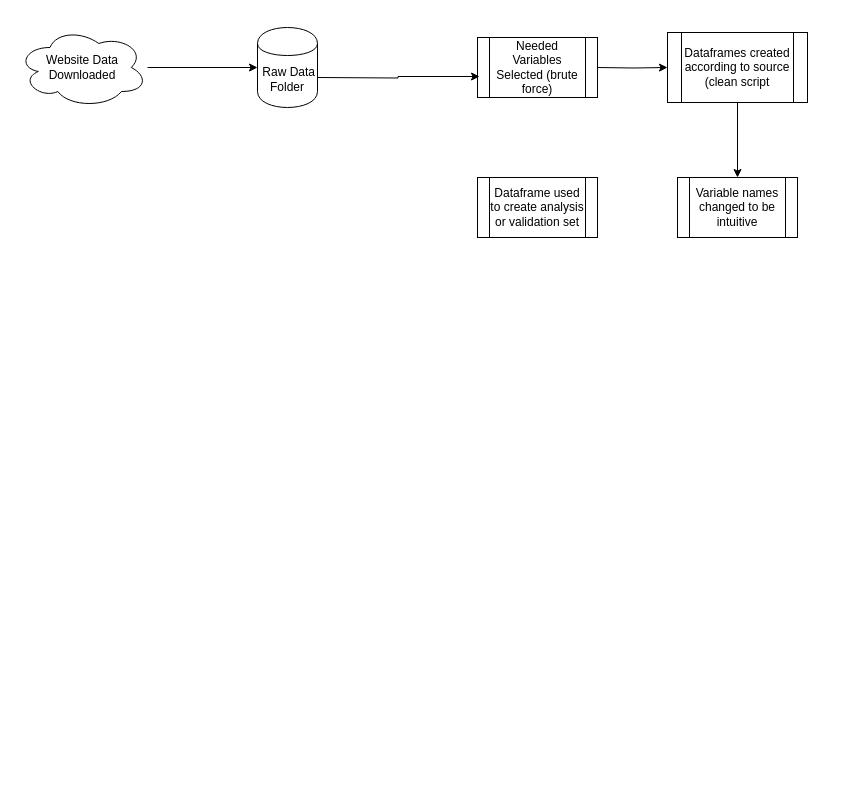
The draw.io diagram DataMgmt2019_Final_Proj_Workflow_Agbim.drawio in cnagbim/Data-Management-Final-Project-Agbim, before the edit. Source tidied: cells renumbered, new cells numbered last; positions are measured from the earlier drawing's top-left corner, leaving out a move shared by most shapes. Both pictures are drawn from the tidied source at 100%, with x=0, y=0 at pixel (17, 27).
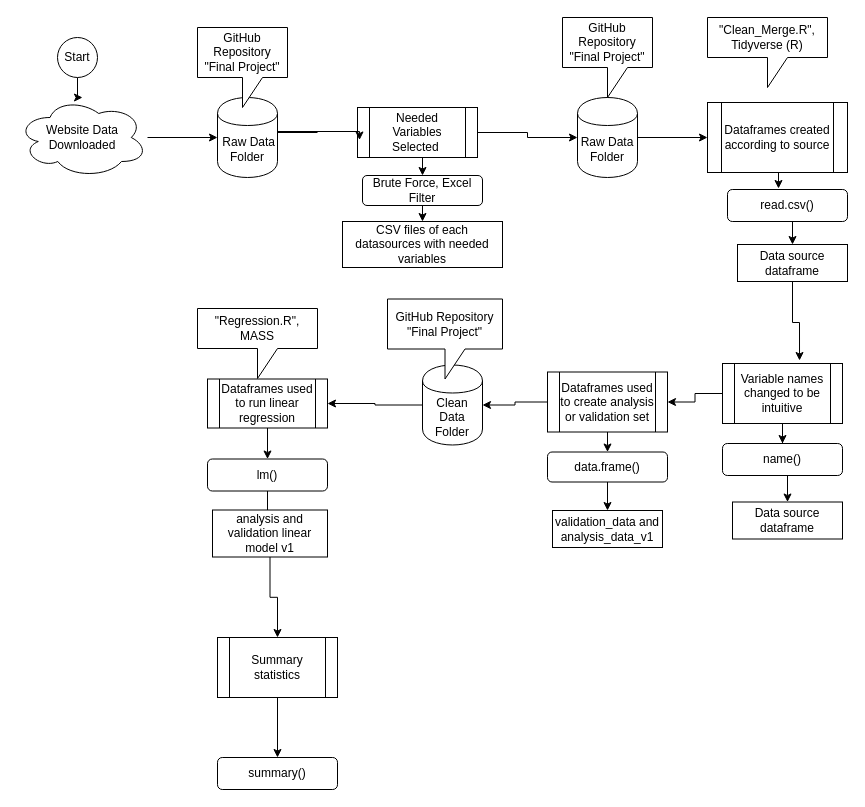
The same page after the edit.

The edit, as a diff of the source:
```diff
@@
     <mxCell id="3" value="Website Data&lt;br&gt;Downloaded&lt;br&gt;" style="ellipse;shape=cloud;whiteSpace=wrap;html=1;" parent="1" vertex="1">
-      <mxGeometry width="130" height="80" as="geometry" />
+      <mxGeometry y="70" width="130" height="80" as="geometry" />
     </mxCell>
     <mxCell id="4" value="&amp;nbsp;Raw Data Folder" style="shape=cylinder;whiteSpace=wrap;html=1;boundedLbl=1;backgroundOutline=1;" parent="1" vertex="1">
-      <mxGeometry x="240" width="60" height="80" as="geometry" />
+      <mxGeometry x="200" y="70" width="60" height="80" as="geometry" />
     </mxCell>
+    <mxCell id="12" style="edgeStyle=orthogonalEdgeStyle;rounded=0;jettySize=auto;html=1;exitX=1;exitY=0.5;exitDx=0;exitDy=0;entryX=0;entryY=0.5;entryDx=0;entryDy=0;" parent="1" edge="1" source="5" target="26">
+      <mxGeometry relative="1" as="geometry" />
+    </mxCell>
+    <mxCell id="13" style="edgeStyle=orthogonalEdgeStyle;rounded=0;jettySize=auto;html=1;exitX=0.5;exitY=1;exitDx=0;exitDy=0;entryX=0.5;entryY=0;entryDx=0;entryDy=0;" parent="1" edge="1" source="5" target="30">
+      <mxGeometry relative="1" as="geometry" />
+    </mxCell>
-    <mxCell id="5" value="Needed Variables Selected (brute force)" style="shape=process;whiteSpace=wrap;html=1;backgroundOutline=1;" parent="1" vertex="1">
-      <mxGeometry x="460" y="10" width="120" height="60" as="geometry" />
+    <mxCell id="5" value="Needed Variables Selected&amp;nbsp;" style="shape=process;whiteSpace=wrap;html=1;backgroundOutline=1;" parent="1" vertex="1">
+      <mxGeometry x="340" y="80" width="120" height="50" as="geometry" />
     </mxCell>
-    <mxCell id="6" style="edgeStyle=orthogonalEdgeStyle;rounded=0;jettySize=auto;html=1;" parent="1" edge="1" source="7" target="9">
-      <mxGeometry relative="1" as="geometry" />
-    </mxCell>
+    <mxCell id="14" style="edgeStyle=orthogonalEdgeStyle;rounded=0;jettySize=auto;html=1;exitX=0.5;exitY=1;exitDx=0;exitDy=0;entryX=0.425;entryY=-0.031;entryDx=0;entryDy=0;entryPerimeter=0;" parent="1" edge="1" source="7" target="24">
+      <mxGeometry relative="1" as="geometry" />
+    </mxCell>
-    <mxCell id="7" value="Dataframes created according to source (clean script" style="shape=process;whiteSpace=wrap;html=1;backgroundOutline=1;" parent="1" vertex="1">
-      <mxGeometry x="650" y="5" width="140" height="70" as="geometry" />
+    <mxCell id="7" value="Dataframes created according to source" style="shape=process;whiteSpace=wrap;html=1;backgroundOutline=1;" parent="1" vertex="1">
+      <mxGeometry x="690" y="75" width="140" height="70" as="geometry" />
     </mxCell>
+    <mxCell id="15" style="edgeStyle=orthogonalEdgeStyle;rounded=0;jettySize=auto;html=1;exitX=0.5;exitY=1;exitDx=0;exitDy=0;entryX=0.5;entryY=0;entryDx=0;entryDy=0;" parent="1" edge="1" source="8" target="37">
+      <mxGeometry relative="1" as="geometry" />
+    </mxCell>
+    <mxCell id="16" style="edgeStyle=orthogonalEdgeStyle;rounded=0;jettySize=auto;html=1;exitX=0;exitY=0.5;exitDx=0;exitDy=0;entryX=1;entryY=0.5;entryDx=0;entryDy=0;" parent="1" edge="1" source="8" target="42">
+      <mxGeometry relative="1" as="geometry" />
+    </mxCell>
-    <mxCell id="8" value="Dataframe used to create analysis or validation set" style="shape=process;whiteSpace=wrap;html=1;backgroundOutline=1;" parent="1" vertex="1">
-      <mxGeometry x="460" y="150" width="120" height="60" as="geometry" />
+    <mxCell id="8" value="Dataframes used to create analysis or validation set" style="shape=process;whiteSpace=wrap;html=1;backgroundOutline=1;" parent="1" vertex="1">
+      <mxGeometry x="530" y="344.5" width="120" height="60" as="geometry" />
     </mxCell>
+    <mxCell id="17" style="edgeStyle=orthogonalEdgeStyle;rounded=0;jettySize=auto;html=1;exitX=0.5;exitY=1;exitDx=0;exitDy=0;" parent="1" edge="1" source="9" target="35">
+      <mxGeometry relative="1" as="geometry" />
+    </mxCell>
+    <mxCell id="18" style="edgeStyle=orthogonalEdgeStyle;rounded=0;jettySize=auto;html=1;exitX=0;exitY=0.5;exitDx=0;exitDy=0;" parent="1" edge="1" source="9" target="8">
+      <mxGeometry relative="1" as="geometry" />
+    </mxCell>
     <mxCell id="9" value="Variable names changed to be intuitive" style="shape=process;whiteSpace=wrap;html=1;backgroundOutline=1;" parent="1" vertex="1">
-      <mxGeometry x="660" y="150" width="120" height="60" as="geometry" />
+      <mxGeometry x="705" y="336" width="120" height="60" as="geometry" />
     </mxCell>
     <mxCell id="10" style="edgeStyle=orthogonalEdgeStyle;rounded=0;jettySize=auto;html=1;entryX=0.017;entryY=0.65;entryDx=0;entryDy=0;entryPerimeter=0;" parent="1" edge="1" target="5">
       <mxGeometry relative="1" as="geometry">
-        <mxPoint x="300" y="50" as="sourcePoint" />
+        <mxPoint x="300" y="105" as="sourcePoint" />
+        <Array as="points">
+          <mxPoint x="260" y="105" />
+          <mxPoint x="260" y="104" />
+        </Array>
       </mxGeometry>
     </mxCell>
-    <mxCell id="11" style="edgeStyle=orthogonalEdgeStyle;rounded=0;jettySize=auto;html=1;entryX=0;entryY=0.5;entryDx=0;entryDy=0;" parent="1" edge="1" target="7">
-      <mxGeometry relative="1" as="geometry">
-        <mxPoint x="580" y="40" as="sourcePoint" />
-      </mxGeometry>
-    </mxCell>
+    <mxCell id="19" style="edgeStyle=orthogonalEdgeStyle;rounded=0;jettySize=auto;html=1;" parent="1" edge="1" source="20" target="3">
+      <mxGeometry relative="1" as="geometry" />
+    </mxCell>
+    <mxCell id="20" value="Start" style="ellipse;whiteSpace=wrap;html=1;" parent="1" vertex="1">
+      <mxGeometry x="40" y="10" width="40" height="40" as="geometry" />
+    </mxCell>
+    <mxCell id="21" value="GitHub Repository &quot;Final Project&quot;" style="shape=callout;whiteSpace=wrap;html=1;perimeter=calloutPerimeter;" parent="1" vertex="1">
+      <mxGeometry x="180" width="90" height="80" as="geometry" />
+    </mxCell>
+    <mxCell id="22" value="&quot;Clean_Merge.R&quot;, Tidyverse (R)" style="shape=callout;whiteSpace=wrap;html=1;perimeter=calloutPerimeter;" parent="1" vertex="1">
+      <mxGeometry x="690" y="-10" width="120" height="70" as="geometry" />
+    </mxCell>
+    <mxCell id="23" style="edgeStyle=orthogonalEdgeStyle;rounded=0;jettySize=auto;html=1;exitX=0.5;exitY=1;exitDx=0;exitDy=0;entryX=0.5;entryY=0;entryDx=0;entryDy=0;" parent="1" edge="1" source="24" target="32">
+      <mxGeometry relative="1" as="geometry" />
+    </mxCell>
+    <mxCell id="24" value="read.csv()" style="rounded=1;whiteSpace=wrap;html=1;" parent="1" vertex="1">
+      <mxGeometry x="710" y="162" width="120" height="32" as="geometry" />
+    </mxCell>
+    <mxCell id="25" style="edgeStyle=orthogonalEdgeStyle;rounded=0;jettySize=auto;html=1;exitX=1;exitY=0.5;exitDx=0;exitDy=0;entryX=0;entryY=0.5;entryDx=0;entryDy=0;" parent="1" edge="1" source="26" target="7">
+      <mxGeometry relative="1" as="geometry" />
+    </mxCell>
+    <mxCell id="26" value="Raw Data Folder" style="shape=cylinder;whiteSpace=wrap;html=1;boundedLbl=1;backgroundOutline=1;" parent="1" vertex="1">
+      <mxGeometry x="560" y="70" width="60" height="80" as="geometry" />
+    </mxCell>
+    <mxCell id="27" value="GitHub Repository &quot;Final Project&quot;" style="shape=callout;whiteSpace=wrap;html=1;perimeter=calloutPerimeter;" parent="1" vertex="1">
+      <mxGeometry x="545" y="-10" width="90" height="80" as="geometry" />
+    </mxCell>
+    <mxCell id="28" value="CSV files of each datasources with needed variables" style="rounded=0;whiteSpace=wrap;html=1;" parent="1" vertex="1">
+      <mxGeometry x="325" y="194" width="160" height="46" as="geometry" />
+    </mxCell>
+    <mxCell id="29" style="edgeStyle=orthogonalEdgeStyle;rounded=0;jettySize=auto;html=1;exitX=0.5;exitY=1;exitDx=0;exitDy=0;entryX=0.5;entryY=0;entryDx=0;entryDy=0;" parent="1" edge="1" source="30" target="28">
+      <mxGeometry relative="1" as="geometry" />
+    </mxCell>
+    <mxCell id="30" value="Brute Force, Excel Filter" style="rounded=1;whiteSpace=wrap;html=1;" parent="1" vertex="1">
+      <mxGeometry x="345" y="148" width="120" height="30" as="geometry" />
+    </mxCell>
+    <mxCell id="31" style="edgeStyle=orthogonalEdgeStyle;rounded=0;jettySize=auto;html=1;exitX=0.5;exitY=1;exitDx=0;exitDy=0;entryX=0.642;entryY=-0.05;entryDx=0;entryDy=0;entryPerimeter=0;" parent="1" edge="1" source="32" target="9">
+      <mxGeometry relative="1" as="geometry" />
+    </mxCell>
+    <mxCell id="32" value="Data source dataframe" style="rounded=0;whiteSpace=wrap;html=1;" parent="1" vertex="1">
+      <mxGeometry x="720" y="217" width="110" height="37" as="geometry" />
+    </mxCell>
+    <mxCell id="33" value="Data source dataframe" style="rounded=0;whiteSpace=wrap;html=1;" parent="1" vertex="1">
+      <mxGeometry x="715" y="474.5" width="110" height="37" as="geometry" />
+    </mxCell>
+    <mxCell id="34" style="edgeStyle=orthogonalEdgeStyle;rounded=0;jettySize=auto;html=1;exitX=0.5;exitY=1;exitDx=0;exitDy=0;entryX=0.5;entryY=0;entryDx=0;entryDy=0;" parent="1" edge="1" source="35" target="33">
+      <mxGeometry relative="1" as="geometry" />
+    </mxCell>
+    <mxCell id="35" value="name()" style="rounded=1;whiteSpace=wrap;html=1;" parent="1" vertex="1">
+      <mxGeometry x="705" y="416" width="120" height="32" as="geometry" />
+    </mxCell>
+    <mxCell id="36" style="edgeStyle=orthogonalEdgeStyle;rounded=0;jettySize=auto;html=1;exitX=0.5;exitY=1;exitDx=0;exitDy=0;entryX=0.5;entryY=0;entryDx=0;entryDy=0;" parent="1" edge="1" source="37" target="38">
+      <mxGeometry relative="1" as="geometry" />
+    </mxCell>
+    <mxCell id="37" value="data.frame()" style="rounded=1;whiteSpace=wrap;html=1;" parent="1" vertex="1">
+      <mxGeometry x="530" y="424.5" width="120" height="30" as="geometry" />
+    </mxCell>
+    <mxCell id="38" value="validation_data and&lt;br&gt;analysis_data_v1&lt;br&gt;" style="rounded=0;whiteSpace=wrap;html=1;" parent="1" vertex="1">
+      <mxGeometry x="535" y="483" width="110" height="37" as="geometry" />
+    </mxCell>
+    <mxCell id="39" style="edgeStyle=orthogonalEdgeStyle;rounded=0;jettySize=auto;html=1;exitX=0.5;exitY=1;exitDx=0;exitDy=0;entryX=0.5;entryY=0;entryDx=0;entryDy=0;" parent="1" edge="1" source="40" target="46">
+      <mxGeometry relative="1" as="geometry" />
+    </mxCell>
+    <mxCell id="40" value="Dataframes used to run linear regression" style="shape=process;whiteSpace=wrap;html=1;backgroundOutline=1;" parent="1" vertex="1">
+      <mxGeometry x="190" y="351.5" width="120" height="49" as="geometry" />
+    </mxCell>
+    <mxCell id="41" style="edgeStyle=orthogonalEdgeStyle;rounded=0;jettySize=auto;html=1;exitX=0;exitY=0.5;exitDx=0;exitDy=0;entryX=1;entryY=0.5;entryDx=0;entryDy=0;" parent="1" edge="1" source="42" target="40">
+      <mxGeometry relative="1" as="geometry" />
+    </mxCell>
+    <mxCell id="42" value="Clean Data Folder" style="shape=cylinder;whiteSpace=wrap;html=1;boundedLbl=1;backgroundOutline=1;" parent="1" vertex="1">
+      <mxGeometry x="405" y="337.5" width="60" height="80" as="geometry" />
+    </mxCell>
+    <mxCell id="43" value="GitHub Repository &quot;Final Project&quot;" style="shape=callout;whiteSpace=wrap;html=1;perimeter=calloutPerimeter;" parent="1" vertex="1">
+      <mxGeometry x="370" y="271.5" width="115" height="80" as="geometry" />
+    </mxCell>
+    <mxCell id="44" value="&quot;Regression.R&quot;, MASS" style="shape=callout;whiteSpace=wrap;html=1;perimeter=calloutPerimeter;" parent="1" vertex="1">
+      <mxGeometry x="180" y="281" width="120" height="70" as="geometry" />
+    </mxCell>
+    <mxCell id="45" style="edgeStyle=orthogonalEdgeStyle;rounded=0;jettySize=auto;html=1;exitX=0.5;exitY=1;exitDx=0;exitDy=0;" parent="1" edge="1" source="46" target="48">
+      <mxGeometry relative="1" as="geometry" />
+    </mxCell>
+    <mxCell id="46" value="lm()" style="rounded=1;whiteSpace=wrap;html=1;" parent="1" vertex="1">
+      <mxGeometry x="190" y="431.5" width="120" height="32" as="geometry" />
+    </mxCell>
+    <mxCell id="47" style="edgeStyle=orthogonalEdgeStyle;rounded=0;jettySize=auto;html=1;exitX=0.5;exitY=1;exitDx=0;exitDy=0;entryX=0.5;entryY=0;entryDx=0;entryDy=0;" parent="1" edge="1" source="48" target="50">
+      <mxGeometry relative="1" as="geometry" />
+    </mxCell>
+    <mxCell id="48" value="analysis and validation linear model v1" style="rounded=0;whiteSpace=wrap;html=1;" parent="1" vertex="1">
+      <mxGeometry x="195" y="482.5" width="115" height="47" as="geometry" />
+    </mxCell>
+    <mxCell id="49" style="edgeStyle=orthogonalEdgeStyle;rounded=0;jettySize=auto;html=1;exitX=0.5;exitY=1;exitDx=0;exitDy=0;" parent="1" edge="1" source="50" target="51">
+      <mxGeometry relative="1" as="geometry" />
+    </mxCell>
+    <mxCell id="50" value="Summary statistics" style="shape=process;whiteSpace=wrap;html=1;backgroundOutline=1;" parent="1" vertex="1">
+      <mxGeometry x="200" y="610" width="120" height="60" as="geometry" />
+    </mxCell>
+    <mxCell id="51" value="summary()" style="rounded=1;whiteSpace=wrap;html=1;" parent="1" vertex="1">
+      <mxGeometry x="200" y="730" width="120" height="32" as="geometry" />
+    </mxCell>
```
